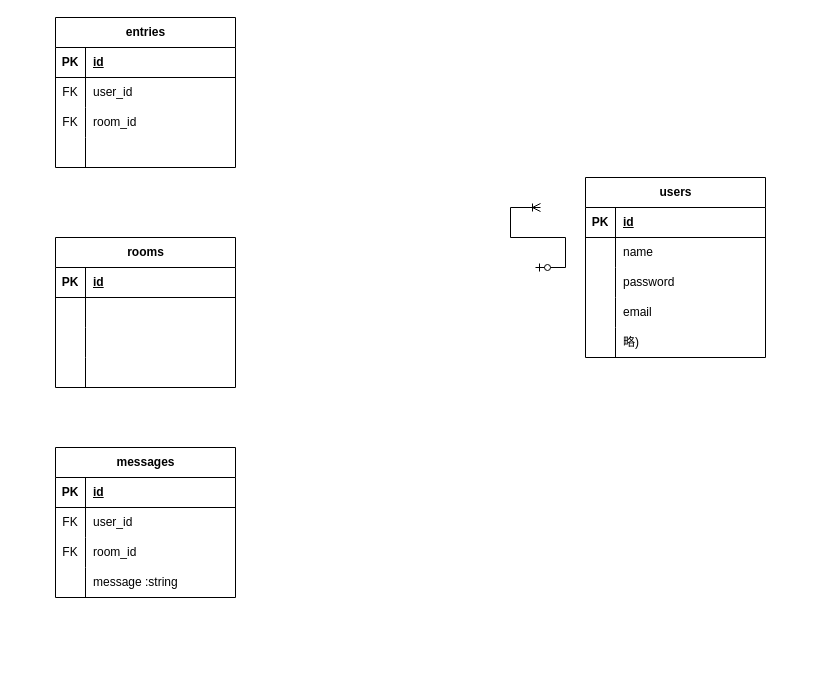
This is メッセージ機能ER図.drawio from satohirok/twitter_clone_ER, a draw.io file, before an edit. Source tidied: cells renumbered, new cells numbered last; positions are measured from the earlier drawing's top-left corner, leaving out a move shared by most shapes. Both pictures are drawn from the tidied source at 100%, with x=0, y=0 at pixel (55, 17).
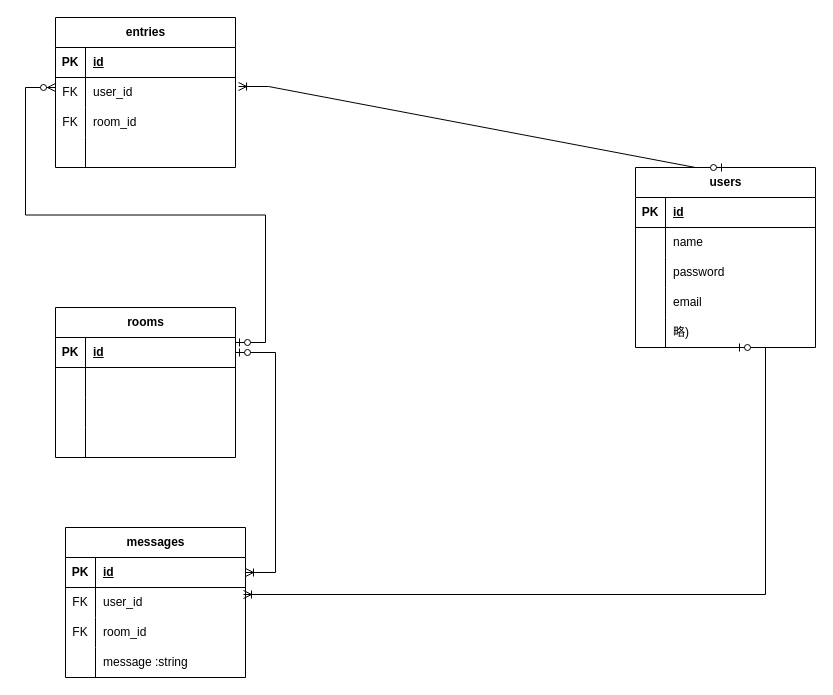
After the change.

Commit message (it also covers changes not shown here):
メッセージ機能ER図.drawio を更新します

The change refers to these unchanged cells:
```xml
<mxCell id="22" style="shape=tableRow;horizontal=0;startSize=0;swimlaneHead=0;swimlaneBody=0;fillColor=none;points=[[0,0.5],[1,0.5]];portConstraint=eastwest;top=0;left=0;right=0;bottom=0;" parent="18" vertex="1">
  <mxGeometry y="60" width="180" height="30" as="geometry" />
</mxCell>
<mxCell id="32" style="shape=tableRow;horizontal=0;startSize=0;swimlaneHead=0;swimlaneBody=0;fillColor=none;points=[[0,0.5],[1,0.5]];portConstraint=eastwest;top=0;left=0;right=0;bottom=1;" parent="31" vertex="1">
  <mxGeometry y="30" width="180" height="30" as="geometry" />
</mxCell>
<mxCell id="45" style="shape=tableRow;horizontal=0;startSize=0;swimlaneHead=0;swimlaneBody=0;fillColor=none;points=[[0,0.5],[1,0.5]];portConstraint=eastwest;top=0;left=0;right=0;bottom=1;" parent="44" vertex="1">
  <mxGeometry y="30" width="180" height="30" as="geometry" />
</mxCell>
<mxCell id="48" style="shape=tableRow;horizontal=0;startSize=0;swimlaneHead=0;swimlaneBody=0;fillColor=none;points=[[0,0.5],[1,0.5]];portConstraint=eastwest;top=0;left=0;right=0;bottom=0;" parent="44" vertex="1">
  <mxGeometry y="60" width="180" height="30" as="geometry" />
</mxCell>
```

Diff of the diagram source:
```diff
@@
     <mxCell id="2" value="users" style="shape=table;startSize=30;childLayout=tableLayout;rowLines=0;fontStyle=1;align=center;html=1;" parent="1" vertex="1">
-      <mxGeometry x="530" y="160" width="180" height="180" as="geometry" />
+      <mxGeometry x="580" y="150" width="180" height="180" as="geometry" />
     </mxCell>
@@
     <mxCell id="31" value="rooms" style="shape=table;startSize=30;childLayout=tableLayout;rowLines=0;fontStyle=1;align=center;html=1;" parent="1" vertex="1">
-      <mxGeometry y="220" width="180" height="150" as="geometry" />
+      <mxGeometry y="290" width="180" height="150" as="geometry" />
     </mxCell>
@@
     <mxCell id="44" value="messages" style="shape=table;startSize=30;childLayout=tableLayout;rowLines=0;fontStyle=1;align=center;html=1;" parent="1" vertex="1">
-      <mxGeometry y="430" width="180" height="150" as="geometry" />
+      <mxGeometry x="10" y="510" width="180" height="150" as="geometry" />
     </mxCell>
@@
-    <mxCell id="57" style="edgeStyle=entityRelationEdgeStyle;fontSize=12;html=1;endArrow=ERoneToMany;startArrow=ERzeroToOne;rounded=0;" parent="1" edge="1">
+    <mxCell id="57" style="edgeStyle=entityRelationEdgeStyle;fontSize=12;html=1;endArrow=ERoneToMany;startArrow=ERzeroToOne;rounded=0;entryX=1.017;entryY=0.3;entryDx=0;entryDy=0;entryPerimeter=0;exitX=0.5;exitY=0;exitDx=0;exitDy=0;" parent="1" edge="1" source="2" target="22">
       <mxGeometry relative="1" as="geometry">
-        <mxPoint x="480" y="250" as="sourcePoint" />
-        <mxPoint x="485" y="190" as="targetPoint" />
         <Array as="points">
-          <mxPoint x="710" y="310" />
-          <mxPoint x="780" y="250" />
+          <mxPoint x="698.9" y="300" />
+          <mxPoint x="768.9" y="240" />
         </Array>
       </mxGeometry>
     </mxCell>
+    <mxCell id="58" style="edgeStyle=entityRelationEdgeStyle;fontSize=12;html=1;endArrow=ERzeroToMany;startArrow=ERzeroToOne;rounded=0;entryX=0.5;entryY=1;entryDx=0;entryDy=0;entryPerimeter=0;exitX=1;exitY=0.5;exitDx=0;exitDy=0;" parent="1" edge="1">
+      <mxGeometry relative="1" as="geometry">
+        <mxPoint x="180" y="325" as="sourcePoint" />
+        <mxPoint y="70" as="targetPoint" />
+        <Array as="points">
+          <mxPoint x="220" y="280" />
+          <mxPoint x="179" y="238" />
+          <mxPoint x="-7" y="88" />
+          <mxPoint x="110" y="110" />
+        </Array>
+      </mxGeometry>
+    </mxCell>
+    <mxCell id="59" style="edgeStyle=entityRelationEdgeStyle;fontSize=12;html=1;endArrow=ERoneToMany;startArrow=ERzeroToOne;rounded=0;exitX=1;exitY=0.5;exitDx=0;exitDy=0;" parent="1" edge="1" source="32" target="45">
+      <mxGeometry relative="1" as="geometry">
+        <Array as="points">
+          <mxPoint x="430" y="526" />
+          <mxPoint x="875.9" y="617" />
+          <mxPoint x="250" y="551" />
+          <mxPoint x="450" y="506" />
+          <mxPoint x="945.9" y="557" />
+        </Array>
+      </mxGeometry>
+    </mxCell>
+    <mxCell id="60" style="edgeStyle=entityRelationEdgeStyle;fontSize=12;html=1;endArrow=ERoneToMany;startArrow=ERzeroToOne;rounded=0;exitX=1;exitY=0.5;exitDx=0;exitDy=0;entryX=0.989;entryY=0.233;entryDx=0;entryDy=0;entryPerimeter=0;" parent="1" edge="1" target="48">
+      <mxGeometry relative="1" as="geometry">
+        <mxPoint x="680" y="330" as="sourcePoint" />
+        <Array as="points">
+          <mxPoint x="420" y="365" />
+          <mxPoint x="715.9" y="826" />
+          <mxPoint x="785.9" y="766" />
+        </Array>
+      </mxGeometry>
+    </mxCell>
```
